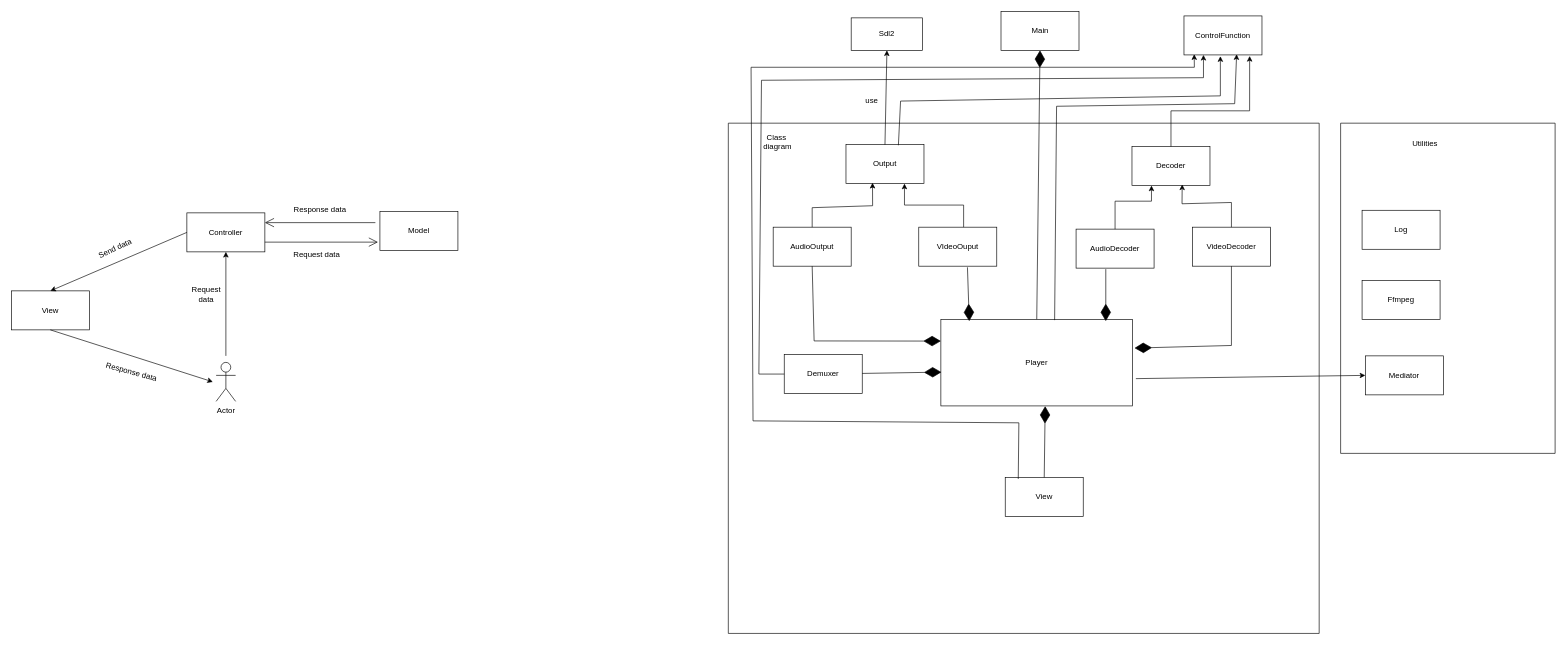
The draw.io diagram document/DetailDesign.drawio in Huuloc101010/MediaPlayer, before the edit. Source tidied: cells renumbered, new cells numbered last; positions are measured from the earlier drawing's top-left corner, leaving out a move shared by most shapes. Both pictures are drawn from the tidied source at 65%, with x=0, y=0 at pixel (11, 11).
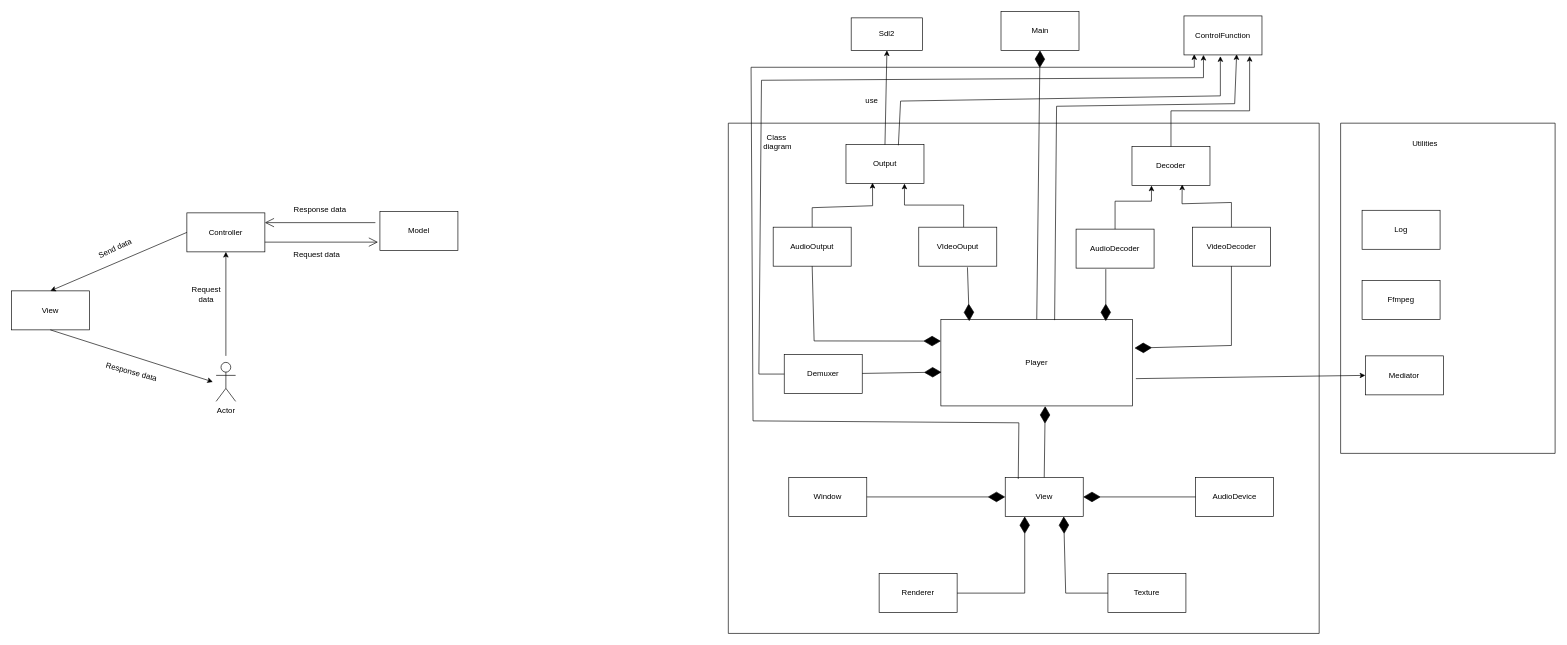
After the change.

Commit message (it also covers changes not shown here):
split AudioDevice from view

The change refers to these unchanged cells:
```xml
<mxCell id="5" style="swimlane;startSize=0;gradientColor=none;swimlaneFillColor=none;" parent="1" vertex="1">
  <mxGeometry x="1103" y="172" width="909" height="785" as="geometry" />
</mxCell>
<mxCell id="24" value="View" style="rounded=0;whiteSpace=wrap;html=1;" parent="5" vertex="1">
  <mxGeometry x="426" y="545" width="120" height="60" as="geometry" />
</mxCell>
```

Diff of the diagram source:
```diff
@@
+    <mxCell id="54" value="AudioDevice" style="rounded=0;whiteSpace=wrap;html=1;" parent="5" vertex="1">
+      <mxGeometry x="719" y="545" width="120" height="60" as="geometry" />
+    </mxCell>
+    <mxCell id="55" value="Window" style="rounded=0;whiteSpace=wrap;html=1;" parent="5" vertex="1">
+      <mxGeometry x="93" y="545" width="120" height="60" as="geometry" />
+    </mxCell>
+    <mxCell id="56" value="Texture" style="rounded=0;whiteSpace=wrap;html=1;" parent="5" vertex="1">
+      <mxGeometry x="584" y="693" width="120" height="60" as="geometry" />
+    </mxCell>
+    <mxCell id="57" value="Renderer" style="rounded=0;whiteSpace=wrap;html=1;" parent="5" vertex="1">
+      <mxGeometry x="232" y="693" width="120" height="60" as="geometry" />
+    </mxCell>
+    <mxCell id="58" style="endArrow=diamondThin;endFill=1;endSize=24;html=1;rounded=0;entryX=0;entryY=0.5;entryDx=0;entryDy=0;exitX=1;exitY=0.5;exitDx=0;exitDy=0;" parent="5" edge="1" source="55" target="24">
+      <mxGeometry relative="1" as="geometry" />
+    </mxCell>
+    <mxCell id="59" style="endArrow=diamondThin;endFill=1;endSize=24;html=1;rounded=0;entryX=0.25;entryY=1;entryDx=0;entryDy=0;exitX=1;exitY=0.5;exitDx=0;exitDy=0;" parent="5" edge="1" source="57" target="24">
+      <mxGeometry relative="1" as="geometry">
+        <Array as="points">
+          <mxPoint x="456" y="723" />
+        </Array>
+      </mxGeometry>
+    </mxCell>
+    <mxCell id="60" style="endArrow=diamondThin;endFill=1;endSize=24;html=1;rounded=0;entryX=0.75;entryY=1;entryDx=0;entryDy=0;exitX=0;exitY=0.5;exitDx=0;exitDy=0;" parent="5" edge="1" source="56" target="24">
+      <mxGeometry relative="1" as="geometry">
+        <Array as="points">
+          <mxPoint x="519" y="723" />
+        </Array>
+      </mxGeometry>
+    </mxCell>
+    <mxCell id="61" style="endArrow=diamondThin;endFill=1;endSize=24;html=1;rounded=0;entryX=1;entryY=0.5;entryDx=0;entryDy=0;exitX=0;exitY=0.5;exitDx=0;exitDy=0;" parent="5" edge="1" source="54" target="24">
+      <mxGeometry relative="1" as="geometry" />
+    </mxCell>
```
